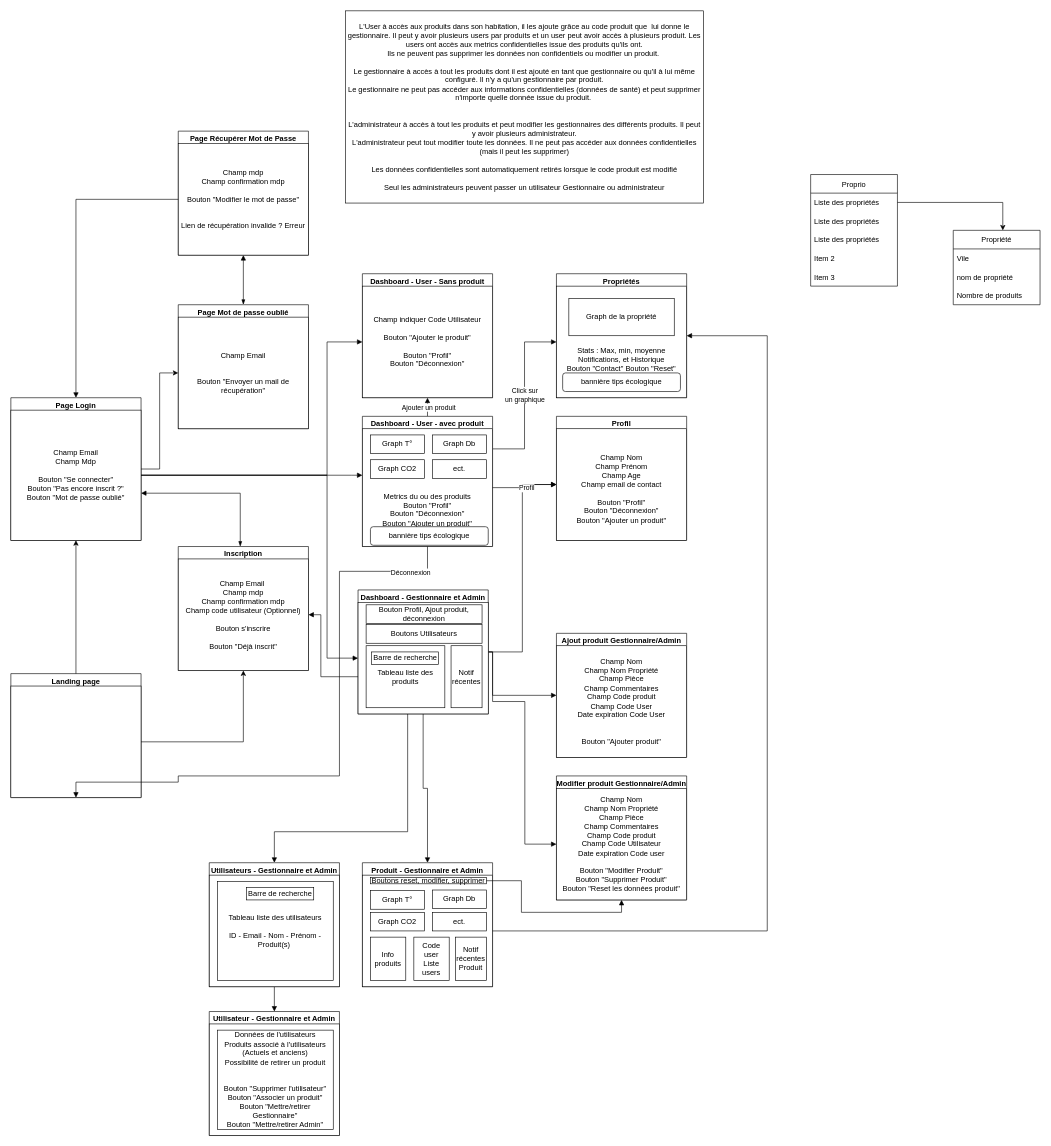
Before: Diagramme sans nom.drawio in HipppB/safeHub, a draw.io diagram. Source tidied: cells renumbered, new cells numbered last; positions are measured from the earlier drawing's top-left corner, leaving out a move shared by most shapes. Both pictures are drawn from the tidied source at 62%, with x=0, y=0 at pixel (11, 11).
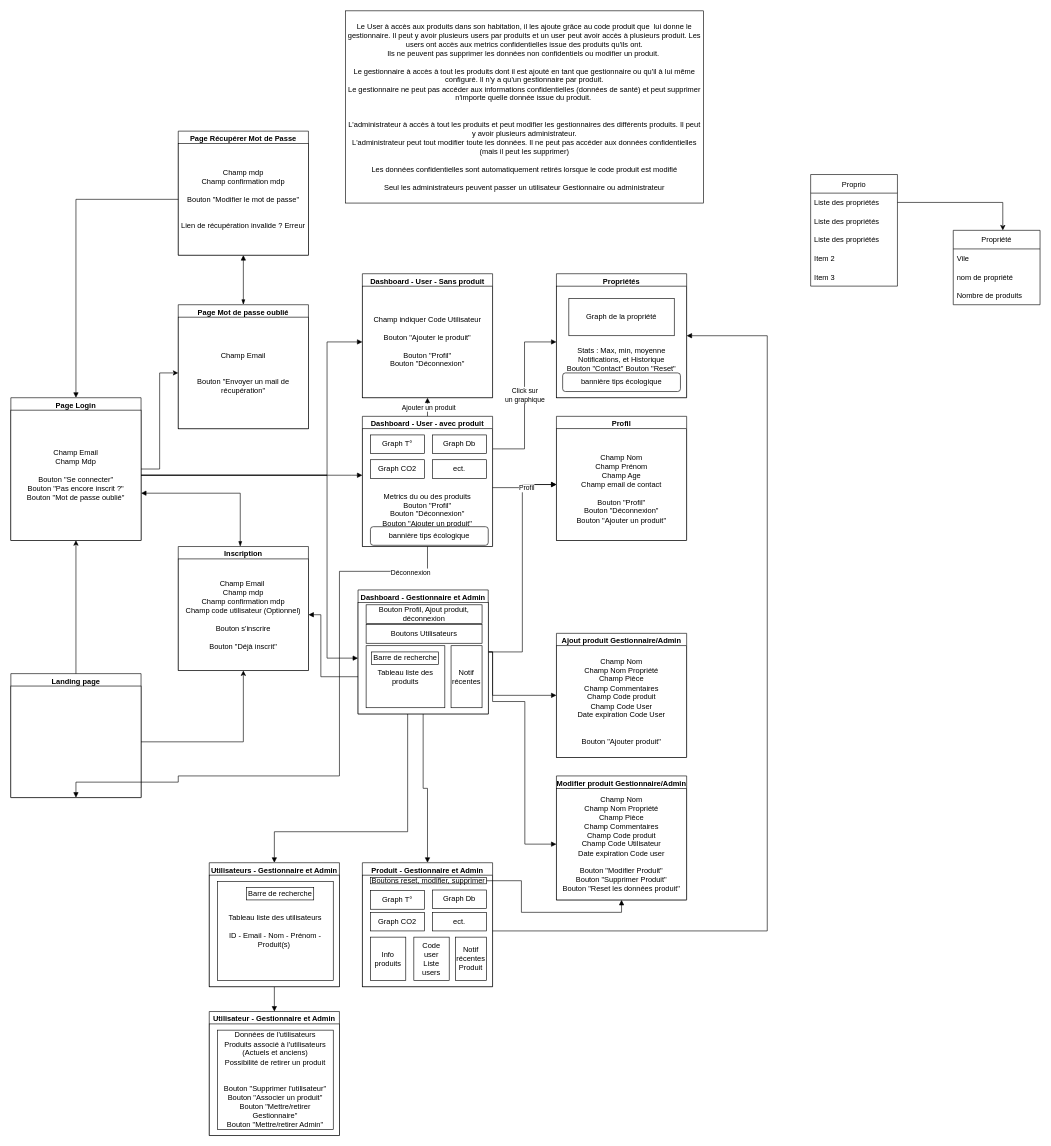
The same page after the edit.

Commit message:
coriger les fautes d'hippolyte

What changed in the source:
```diff
@@
-    <mxCell id="68" value="L'User à accès aux produits dans son habitation, il les ajoute grâce au code produit que &amp;nbsp;lui donne le gestionnaire. Il peut y avoir plusieurs users par produits et un user peut avoir accès à plusieurs produit. Les users ont accès aux metrics confidentielles issue des produits qu'ils ont.&lt;br&gt;Ils ne peuvent pas supprimer les données non confidentiels ou modifier un produit.&amp;nbsp;&lt;br&gt;&lt;br&gt;Le gestionnaire à accès à tout les produits dont il est ajouté en tant que gestionnaire ou qu'il à lui même configuré. Il n'y a qu'un gestionnaire par produit.&lt;br&gt;Le gestionnaire ne peut pas accéder aux informations confidentielles (données de santé) et peut supprimer n'importe quelle donnée issue du produit.&amp;nbsp;&lt;br&gt;&lt;br&gt;&lt;br&gt;L'administrateur à accès à tout les produits et peut modifier les gestionnaires des différents produits. Il peut y avoir plusieurs administrateur.&lt;br&gt;L'administrateur peut tout modifier toute les données. Il ne peut pas accéder aux données confidentielles (mais il peut les supprimer)&lt;br&gt;&lt;br&gt;Les données confidentielles sont automatiquement retirés lorsque le code produit est modifié&lt;br&gt;&lt;br&gt;Seul les administrateurs peuvent passer un utilisateur Gestionnaire ou administrateur" style="rounded=0;whiteSpace=wrap;html=1;" parent="1" vertex="1">
+    <mxCell id="68" value="Le User à accès aux produits dans son habitation, il les ajoute grâce au code produit que &amp;nbsp;lui donne le gestionnaire. Il peut y avoir plusieurs users par produits et un user peut avoir accès à plusieurs produit. Les users ont accès aux metrics confidentielles issue des produits qu'ils ont.&lt;br&gt;Ils ne peuvent pas supprimer les données non confidentiels ou modifier un produit.&amp;nbsp;&lt;br&gt;&lt;br&gt;Le gestionnaire à accès à tout les produits dont il est ajouté en tant que gestionnaire ou qu'il à lui même configuré. Il n'y a qu'un gestionnaire par produit.&lt;br&gt;Le gestionnaire ne peut pas accéder aux informations confidentielles (données de santé) et peut supprimer n'importe quelle donnée issue du produit.&amp;nbsp;&lt;br&gt;&lt;br&gt;&lt;br&gt;L'administrateur à accès à tout les produits et peut modifier les gestionnaires des différents produits. Il peut y avoir plusieurs administrateur.&lt;br&gt;L'administrateur peut tout modifier toute les données. Il ne peut pas accéder aux données confidentielles (mais il peut les supprimer)&lt;br&gt;&lt;br&gt;Les données confidentielles sont automatiquement retirés lorsque le code produit est modifié&lt;br&gt;&lt;br&gt;Seul les administrateurs peuvent passer un utilisateur Gestionnaire ou administrateur" style="rounded=0;whiteSpace=wrap;html=1;" parent="1" vertex="1">
       <mxGeometry x="540" width="577" height="310" as="geometry" />
     </mxCell>
```
